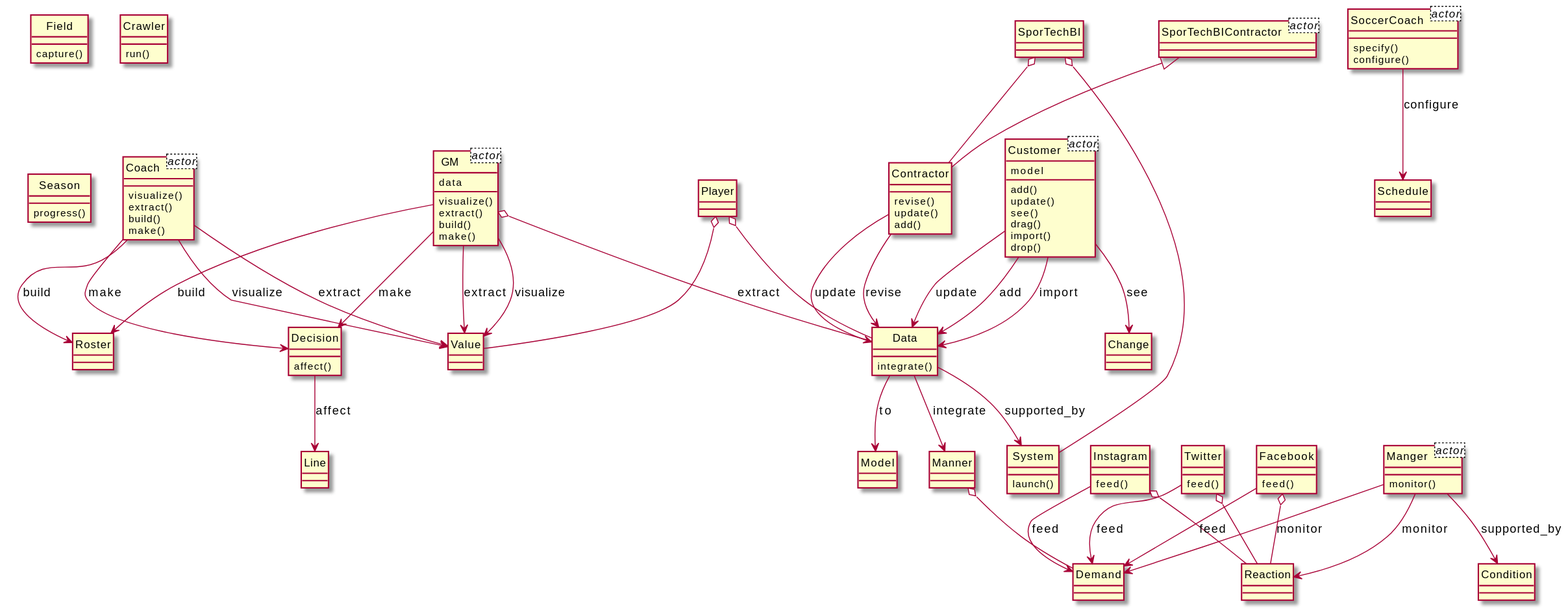
The PlantUML diagram output/diagram_5/2014-USC-Project02.svg in xixixhalu/DomainModelExtractor, before a commit.
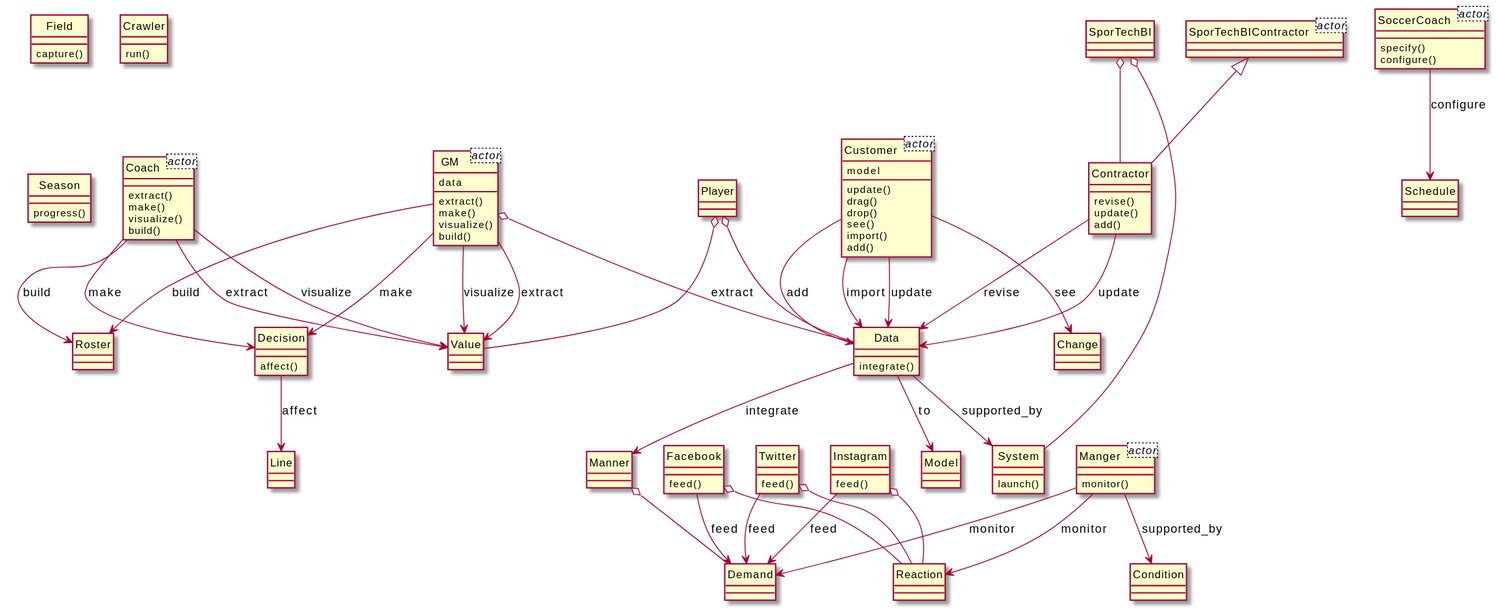
After the change.

Diff of the diagram source:
```diff
@@ -14,9 +14,13 @@
 }
 class SoccerCoach<actor> {
 }
+class Demand {
+}
 class Reaction {
 }
-class Demand {
+class Player {
+}
+class Value {
 }
 class SporTechBI {
 }
@@ -28,33 +32,33 @@
 class System {
 	launch()
 }
-class Player {
+class Twitter {
+	feed()
 }
-class Value {
+class Coach {
+	extract()
+	make()
+	visualize()
+	build()
 }
-class Decision {
-	affect()
+class Instagram {
+	feed()
 }
-class Line {
+class Roster {
+}
+class Field {
+	capture()
 }
 class Customer {
+	update()
+	drag()
+	drop()
+	see()
+	import()
 	add()
-	update()
-	see()
-	drag()
-	import()
-	drop()
-}
-class Change {
 }
 class Data {
 	integrate()
-}
-class GM {
-	visualize()
-	extract()
-	build()
-	make()
 }
 class SoccerCoach {
 	specify()
@@ -62,76 +66,72 @@
 }
 class Schedule {
 }
-class Manner {
+class Decision {
+	affect()
+}
+class GM {
+	extract()
+	make()
+	visualize()
+	build()
+}
+class Crawler {
+	run()
+}
+class Manger {
+	monitor()
 }
 class Facebook {
 	feed()
 }
-class Roster {
-}
-class Field {
-	capture()
-}
-class Manger {
-	monitor()
-}
-class Instagram {
-	feed()
-}
-class Crawler {
-	run()
-}
-class Coach {
-	visualize()
-	extract()
-	build()
-	make()
-}
 class Season {
 	progress()
 }
-class Twitter {
-	feed()
+class Manner {
+}
+class Line {
+}
+class Change {
+}
+class SporTechBIContractor {
 }
 class Model {
 }
-class SporTechBIContractor {
-}
 class Condition {
 }
+SporTechBI o-- System
+Coach --> Value : visualize
 Data --> Model : to
+Coach --> Value : extract
+GM --> Value : visualize
+Player o-- Value
+Instagram --> Demand : feed
+Manger --> Demand : monitor
+Facebook o-- Reaction
+Coach --> Roster : build
+Manger --> Reaction : monitor
+Data --> System : supported_by
+Instagram o-- Reaction
+Contractor --> Data : revise
+Player o-- Data
+Facebook --> Demand : feed
+Manger --> Condition : supported_by
+Customer --> Data : add
+Customer --> Data : import
+Twitter --> Demand : feed
+SporTechBI o-- Contractor
+Data --> Manner : integrate
+GM --> Value : extract
+SoccerCoach --> Schedule : configure
 Decision --> Line : affect
-GM --> Value : extract
-Instagram o-- Reaction
+Coach --> Decision : make
+Customer --> Change : see
+GM --> Roster : build
+Contractor --> Data : update
+Manner o-- Demand
+Customer --> Data : update
 SporTechBIContractor <|-- Contractor
-Customer --> Change : see
-Manger --> Reaction : monitor
-Player o-- Value
-Contractor --> Data : revise
+GM o-- Data : extract
+GM --> Decision : make
 Twitter o-- Reaction
-GM o-- Data : extract
-Coach --> Value : extract
-SporTechBI o-- System
-Manger --> Condition : supported_by
-Contractor --> Data : update
-Instagram --> Demand : feed
-Manner o-- Demand
-SoccerCoach --> Schedule : configure
-Twitter --> Demand : feed
-Coach --> Decision : make
-Customer --> Data : add
-GM --> Decision : make
-Manger --> Demand : monitor
-Data --> Manner : integrate
-Coach --> Value : visualize
-Customer --> Data : import
-Coach --> Roster : build
-Customer --> Data : update
-SporTechBI o-- Contractor
-Facebook --> Demand : feed
-Data --> System : supported_by
-GM --> Value : visualize
-Player o-- Data
-GM --> Roster : build
-Facebook o-- Reaction
 @enduml
```
